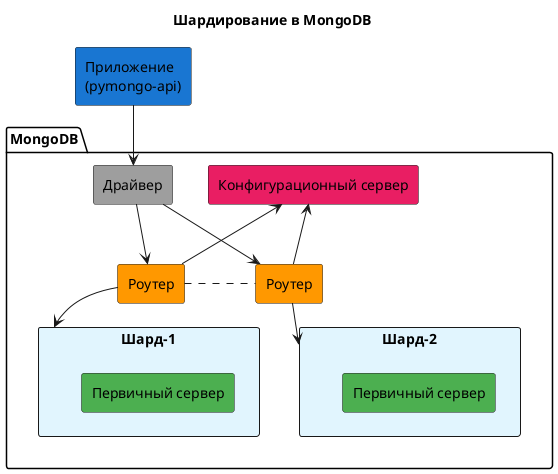
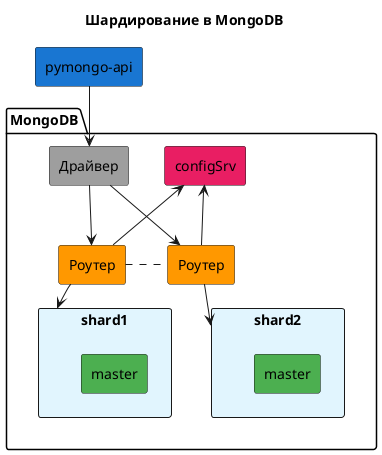
@startuml

title  Шардирование в MongoDB
skinparam componentStyle rectangle
skinparam backgroundColor white
skinparam shadowing false

!define APP_COLOR #1976D2
!define DRIVER_COLOR #9E9E9E
!define CONFIG_COLOR #E91E63
!define ROUTER_COLOR #FF9800
!define SHARD_COLOR #E1F5FE
!define PRIMARY_COLOR #4CAF50

- rectangle "Приложение\n(pymongo-api)" as app APP_COLOR
+ rectangle "pymongo-api" as app APP_COLOR

package "MongoDB" {
    rectangle "Драйвер" as driver DRIVER_COLOR
-     rectangle "Конфигурационный сервер" as config CONFIG_COLOR
+     rectangle "configSrv" as config CONFIG_COLOR
    rectangle "Роутер" as router1 ROUTER_COLOR
    rectangle "Роутер" as router2 ROUTER_COLOR
-     rectangle "Шард-1" as shard1 SHARD_COLOR {
-         rectangle "Первичный сервер" as s1_primary PRIMARY_COLOR
+     rectangle "shard1" as shard1 SHARD_COLOR {
+         rectangle "master" as s1_1 PRIMARY_COLOR
    }
-     rectangle "Шард-2" as shard2 SHARD_COLOR {
-         rectangle "Первичный сервер" as s2_primary PRIMARY_COLOR
+     rectangle "shard2" as shard2 SHARD_COLOR {
+         rectangle "master" as s2_1 PRIMARY_COLOR
    }
}

app -down-> driver
driver -down-> router1
driver -down-> router2
router1 -up-> config
router2 -up-> config
router1 -down-> shard1
router2 -down-> shard2
router1 .right. router2

@enduml